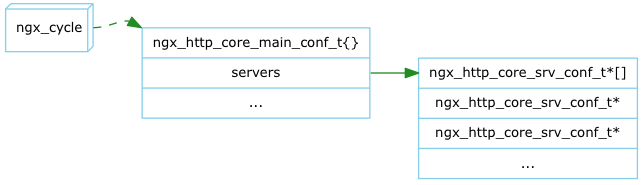
This is doc/Graph/http_core/http_server_manager.png from lingjf/nginx_analyse, a Graphviz export, as it was before one commit. Its source is kept beside it as doc/Graph/http_core/http_server_manager.gv. Source of this version:
```dot
digraph ngx_array {
   rankdir=LR;
   node [shape=record, color=skyblue, fontname="Verdana", fontsize=10];
   edge [color=forestgreen, fontname="Verdana", fontsize=10];

   ngx_cycle [shape="box3d", label="ngx_cycle"];
   ngx_http_core_main_conf_t [label="<head>ngx_http_core_main_conf_t\{\}|<servers>servers|..."];
   ngx_http_core_srv_conf_t_array [label="<head>ngx_http_core_srv_conf_t*\[\]|<n1>ngx_http_core_srv_conf_t*|<n2>ngx_http_core_srv_conf_t*|..."];

   ngx_cycle:e -> ngx_http_core_main_conf_t:head:nw [style="dashed"];
   ngx_http_core_main_conf_t:servers -> ngx_http_core_srv_conf_t_array:head;
}
```
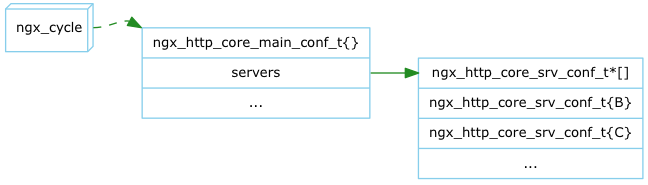
The same diagram one commit later.

Commit message:
Update HTTP Core document for server segment

Change to the diagram source:
```diff
@@ -5,7 +5,7 @@
 
    ngx_cycle [shape="box3d", label="ngx_cycle"];
    ngx_http_core_main_conf_t [label="<head>ngx_http_core_main_conf_t\{\}|<servers>servers|..."];
-   ngx_http_core_srv_conf_t_array [label="<head>ngx_http_core_srv_conf_t*\[\]|<n1>ngx_http_core_srv_conf_t*|<n2>ngx_http_core_srv_conf_t*|..."];
+   ngx_http_core_srv_conf_t_array [label="<head>ngx_http_core_srv_conf_t*\[\]|<n1>ngx_http_core_srv_conf_t\{B\}|<n2>ngx_http_core_srv_conf_t\{C\}|..."];
 
    ngx_cycle:e -> ngx_http_core_main_conf_t:head:nw [style="dashed"];
    ngx_http_core_main_conf_t:servers -> ngx_http_core_srv_conf_t_array:head;
```
